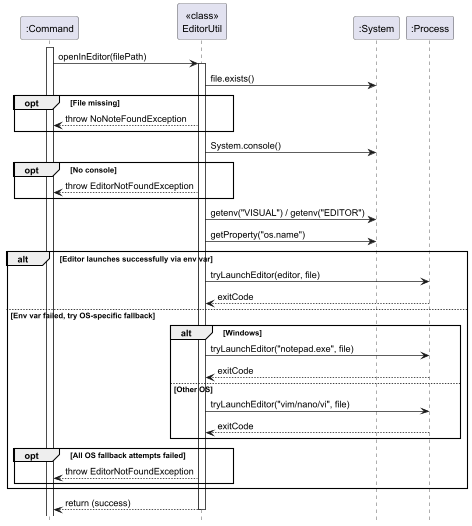
This is docs/images/EditorIntegrationSequence.png from shauntsr/tp, a PlantUML export, as it was before one commit.
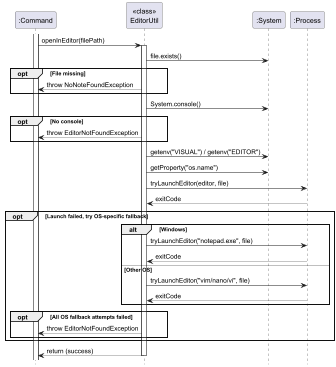
After the commit.

Commit message:
Update editor diagrams

Diff of the diagram source:
```diff
@@ -22,10 +22,11 @@
 
 EditorUtil -> System: getenv("VISUAL") / getenv("EDITOR")
 EditorUtil -> System: getProperty("os.name")
-alt Editor launches successfully via env var
-    EditorUtil -> Process: tryLaunchEditor(editor, file)
-    Process --> EditorUtil: exitCode
-else Env var failed, try OS-specific fallback
+
+EditorUtil -> Process: tryLaunchEditor(editor, file)
+Process --> EditorUtil: exitCode
+
+opt Launch failed, try OS-specific fallback
     alt Windows
         EditorUtil -> Process: tryLaunchEditor("notepad.exe", file)
         Process --> EditorUtil: exitCode
```
